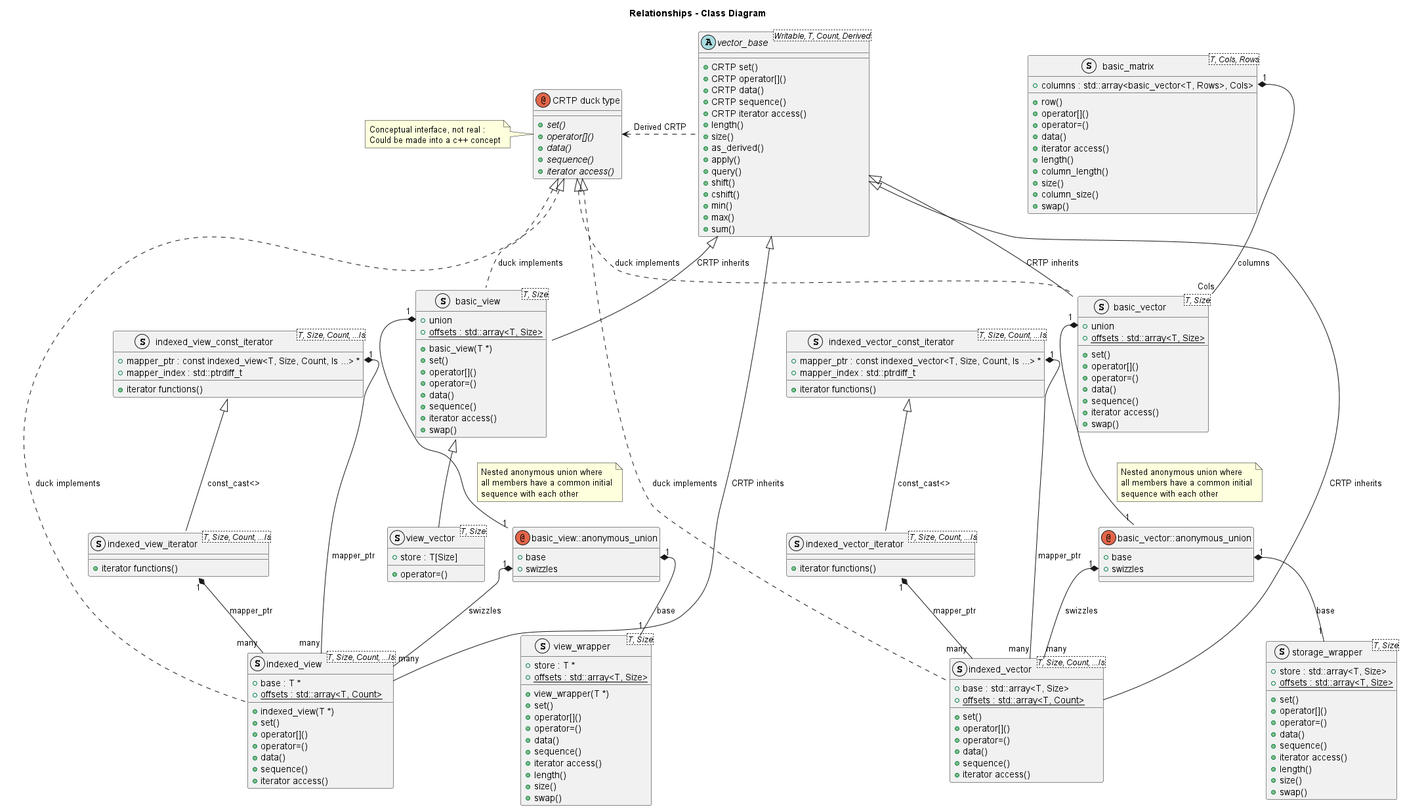
Earlier version of the PlantUML export docs/dsga.png (davidbrowne/dsga). Source of this version:
```plantuml
@startuml
	title Relationships - Class Diagram
	annotation "CRTP duck type"
	{
		+ {abstract} set()
		+ {abstract} operator[]()
		+ {abstract} data()
		+ {abstract} sequence()
		+ {abstract} iterator access()
	}
	note left of "CRTP duck type"
		Conceptual interface, not real :
		Could be made into a c++ concept
	end note
	abstract vector_base <Writable, T, Count, Derived>
	{
		+ CRTP set()
		+ CRTP operator[]()
		+ CRTP data()
		+ CRTP sequence()
		+ CRTP iterator access()
		+ length()
		+ size()
		+ as_derived()
		+ apply()
		+ query()
		+ shift()
		+ cshift()
		+ min()
		+ max()
		+ sum()
	}
	struct indexed_vector_const_iterator<T, Size, Count, ...Is>
	{
		+ mapper_ptr : const indexed_vector<T, Size, Count, Is ...> *
		+ mapper_index : std::ptrdiff_t
		+ iterator functions()
	}
	struct indexed_vector_iterator<T, Size, Count, ...Is>
	{
		+ iterator functions()
	}
	struct indexed_view_const_iterator<T, Size, Count, ...Is>
	{
		+ mapper_ptr : const indexed_view<T, Size, Count, Is ...> *
		+ mapper_index : std::ptrdiff_t
		+ iterator functions()
	}
	struct indexed_view_iterator<T, Size, Count, ...Is>
	{
		+ iterator functions()
	}
	struct basic_vector<T, Size>
	{
		+ union
		+ {static} offsets : std::array<T, Size>
		+ set()
		+ operator[]()
		+ operator=()
		+ data()
		+ sequence()
		+ iterator access()
		+ swap()
	}
	struct basic_view<T, Size>
	{
		+ union
		+ {static} offsets : std::array<T, Size>
		+ basic_view(T *)
		+ set()
		+ operator[]()
		+ operator=()
		+ data()
		+ sequence()
		+ iterator access()
		+ swap()
	}
	annotation basic_vector::anonymous_union
	{
		+ base
		+ swizzles
	}
	annotation basic_view::anonymous_union
	{
		+ base
		+ swizzles
	}
	struct storage_wrapper<T, Size>
	{
		+ store : std::array<T, Size>
		+ {static} offsets : std::array<T, Size>
		+ set()
		+ operator[]()
		+ operator=()
		+ data()
		+ sequence()
		+ iterator access()
		+ length()
		+ size()
		+ swap()
	}
	struct view_wrapper<T, Size>
	{
		+ store : T *
		+ {static} offsets : std::array<T, Size>
		+ view_wrapper(T *)
		+ set()
		+ operator[]()
		+ operator=()
		+ data()
		+ sequence()
		+ iterator access()
		+ length()
		+ size()
		+ swap()
	}
	struct view_vector<T, Size>
	{
		+ store : T[Size]
		+ operator=()
	}
	struct indexed_vector<T, Size, Count, ...Is>
	{
		+ base : std::array<T, Size>
		+ {static} offsets : std::array<T, Count>
		+ set()
		+ operator[]()
		+ operator=()
		+ data()
		+ sequence()
		+ iterator access()
	}
	struct indexed_view<T, Size, Count, ...Is>
	{
		+ base : T *
		+ {static} offsets : std::array<T, Count>
		+ indexed_view(T *)
		+ set()
		+ operator[]()
		+ operator=()
		+ data()
		+ sequence()
		+ iterator access()
	}
	struct basic_matrix<T, Cols, Rows>
	{
		+ columns : std::array<basic_vector<T, Rows>, Cols>
		+ row()
		+ operator[]()
		+ operator=()
		+ data()
		+ iterator access()
		+ length()
		+ column_length()
		+ size()
		+ column_size()
		+ swap()
	}
	vector_base <|-- basic_vector: CRTP inherits
	vector_base <|-- basic_view: CRTP inherits
	vector_base <|-- indexed_vector : CRTP inherits
	vector_base <|-- indexed_view : CRTP inherits
	basic_view <|-- view_vector
	indexed_vector_const_iterator <|-- indexed_vector_iterator : const_cast<>
	indexed_view_const_iterator <|-- indexed_view_iterator : const_cast<>
	"CRTP duck type" ^.. basic_vector : duck implements
	"CRTP duck type" ^.. basic_view : duck implements
	"CRTP duck type" ^.. indexed_vector : duck implements
	"CRTP duck type" ^.. indexed_view : duck implements
	basic_vector::anonymous_union::base "1" *-- "1" storage_wrapper : base
	basic_vector::anonymous_union::swizzles "1" *-- "many" indexed_vector : swizzles
	basic_vector::union "1" *-- "1" basic_vector::anonymous_union
	note right on link
	  Nested anonymous union where
	  all members have a common initial
	  sequence with each other
	end note
	indexed_vector_const_iterator::mapper_ptr "1" *-- "many" indexed_vector : mapper_ptr
	indexed_vector_iterator::mapper_ptr "1" *-- "many" indexed_vector : mapper_ptr
	indexed_view_const_iterator::mapper_ptr "1" *-- "many" indexed_view : mapper_ptr
	indexed_view_iterator::mapper_ptr "1" *-- "many" indexed_view : mapper_ptr
	basic_view::anonymous_union::base "1" *-- "1" view_wrapper : base
	basic_view::anonymous_union::swizzles "1" *-- "many" indexed_view : swizzles
	basic_view::union "1" *-- "1" basic_view::anonymous_union
	note right on link
	  Nested anonymous union where
	  all members have a common initial
	  sequence with each other
	end note
	"CRTP duck type" <. vector_base : Derived CRTP
	basic_matrix::columns "1" *-- "Cols" basic_vector : columns
@enduml
```
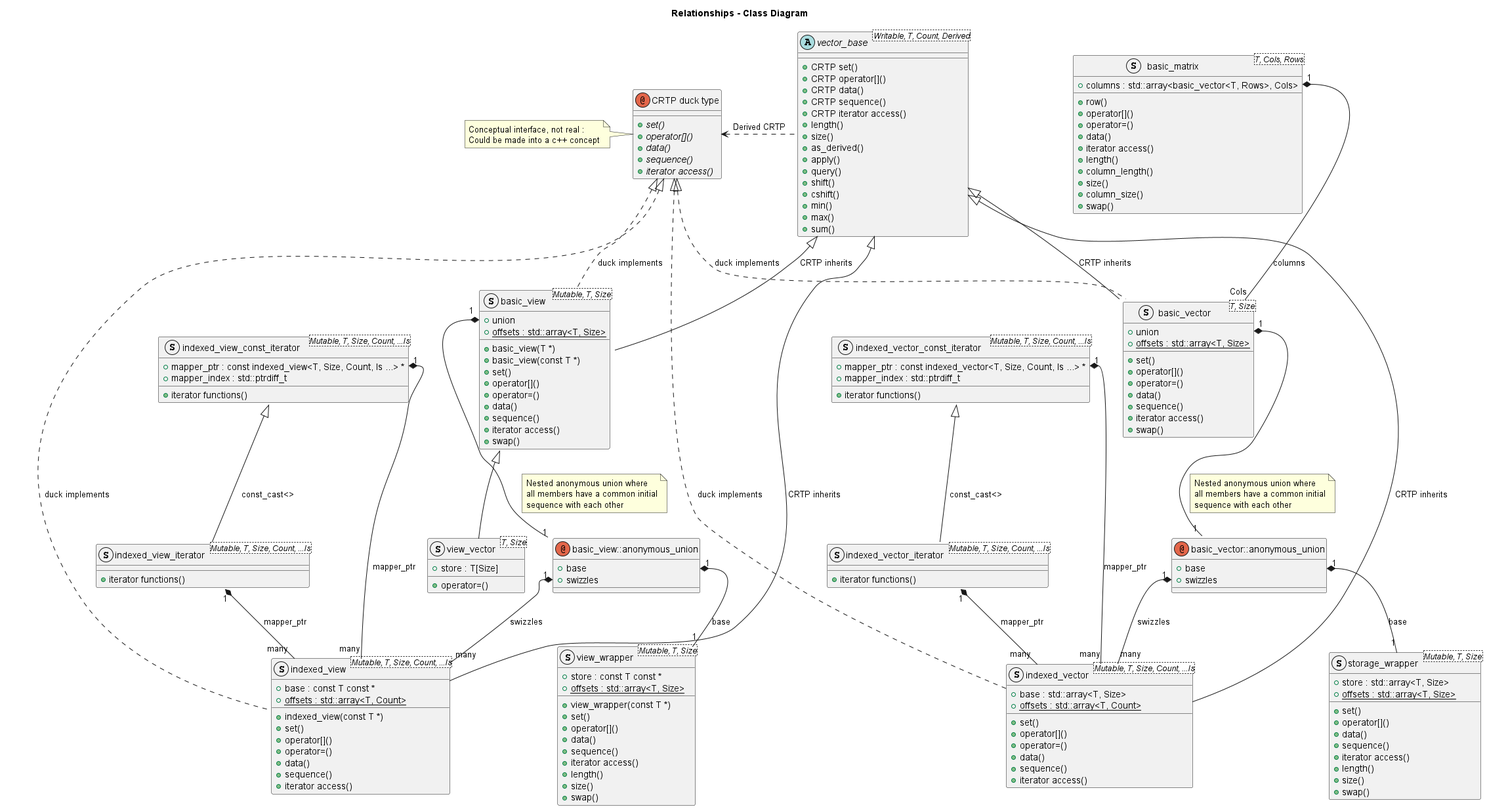
Later version of the same file.

The edit, as a diff of the source:
```diff
@@ -30,23 +30,23 @@
 		+ max()
 		+ sum()
 	}
-	struct indexed_vector_const_iterator<T, Size, Count, ...Is>
+	struct indexed_vector_const_iterator<Mutable, T, Size, Count, ...Is>
 	{
 		+ mapper_ptr : const indexed_vector<T, Size, Count, Is ...> *
 		+ mapper_index : std::ptrdiff_t
 		+ iterator functions()
 	}
-	struct indexed_vector_iterator<T, Size, Count, ...Is>
+	struct indexed_vector_iterator<Mutable, T, Size, Count, ...Is>
 	{
 		+ iterator functions()
 	}
-	struct indexed_view_const_iterator<T, Size, Count, ...Is>
+	struct indexed_view_const_iterator<Mutable, T, Size, Count, ...Is>
 	{
 		+ mapper_ptr : const indexed_view<T, Size, Count, Is ...> *
 		+ mapper_index : std::ptrdiff_t
 		+ iterator functions()
 	}
-	struct indexed_view_iterator<T, Size, Count, ...Is>
+	struct indexed_view_iterator<Mutable, T, Size, Count, ...Is>
 	{
 		+ iterator functions()
 	}
@@ -62,11 +62,12 @@
 		+ iterator access()
 		+ swap()
 	}
-	struct basic_view<T, Size>
+	struct basic_view<Mutable, T, Size>
 	{
 		+ union
 		+ {static} offsets : std::array<T, Size>
 		+ basic_view(T *)
+		+ basic_view(const T *)
 		+ set()
 		+ operator[]()
 		+ operator=()
@@ -85,13 +86,12 @@
 		+ base
 		+ swizzles
 	}
-	struct storage_wrapper<T, Size>
+	struct storage_wrapper<Mutable, T, Size>
 	{
 		+ store : std::array<T, Size>
 		+ {static} offsets : std::array<T, Size>
 		+ set()
 		+ operator[]()
-		+ operator=()
 		+ data()
 		+ sequence()
 		+ iterator access()
@@ -99,14 +99,13 @@
 		+ size()
 		+ swap()
 	}
-	struct view_wrapper<T, Size>
+	struct view_wrapper<Mutable, T, Size>
 	{
-		+ store : T *
+		+ store : const T const *
 		+ {static} offsets : std::array<T, Size>
-		+ view_wrapper(T *)
+		+ view_wrapper(const T *)
 		+ set()
 		+ operator[]()
-		+ operator=()
 		+ data()
 		+ sequence()
 		+ iterator access()
@@ -119,7 +118,7 @@
 		+ store : T[Size]
 		+ operator=()
 	}
-	struct indexed_vector<T, Size, Count, ...Is>
+	struct indexed_vector<Mutable, T, Size, Count, ...Is>
 	{
 		+ base : std::array<T, Size>
 		+ {static} offsets : std::array<T, Count>
@@ -130,11 +129,11 @@
 		+ sequence()
 		+ iterator access()
 	}
-	struct indexed_view<T, Size, Count, ...Is>
+	struct indexed_view<Mutable, T, Size, Count, ...Is>
 	{
-		+ base : T *
+		+ base : const T const *
 		+ {static} offsets : std::array<T, Count>
-		+ indexed_view(T *)
+		+ indexed_view(const T *)
 		+ set()
 		+ operator[]()
 		+ operator=()
```
